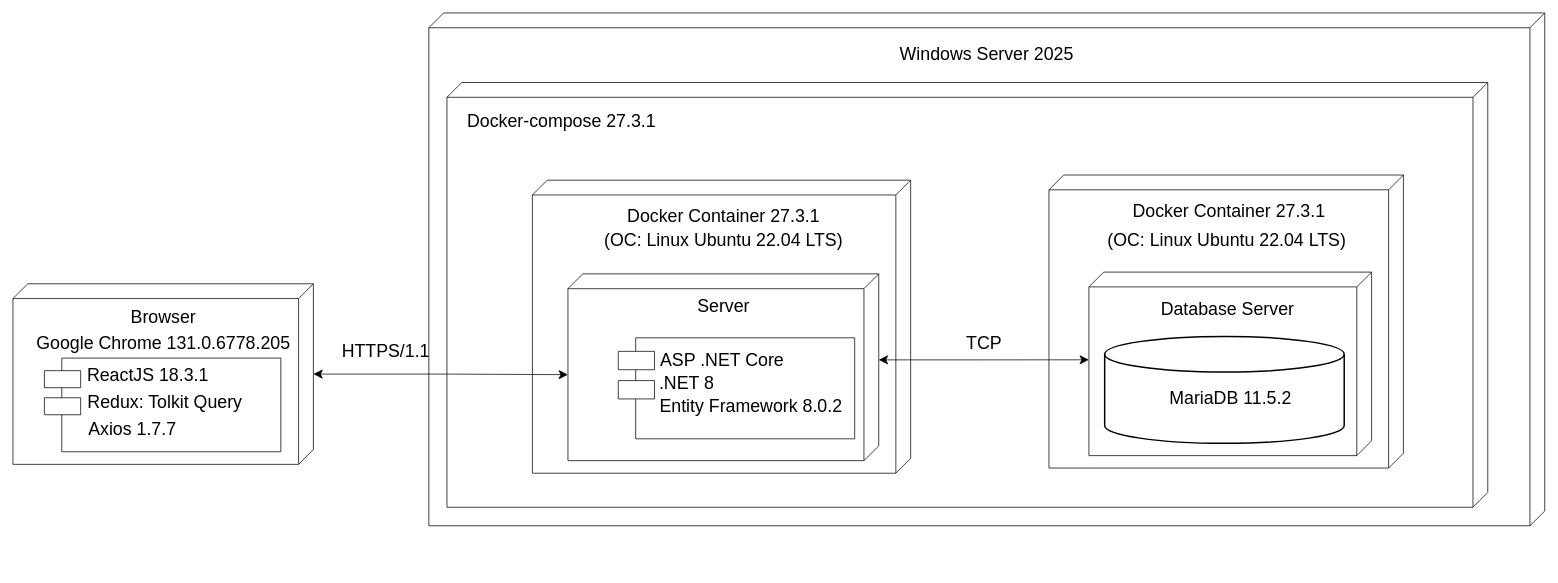
This is Документы/развёртывание.drawio from IlyhaDmi28/WorldTours, a draw.io file, before an edit. Source tidied: cells renumbered, new cells numbered last; positions are measured from the earlier drawing's top-left corner, leaving out a move shared by most shapes. Both pictures are drawn from the tidied source at 74%, with x=0, y=0 at pixel (13, 13).
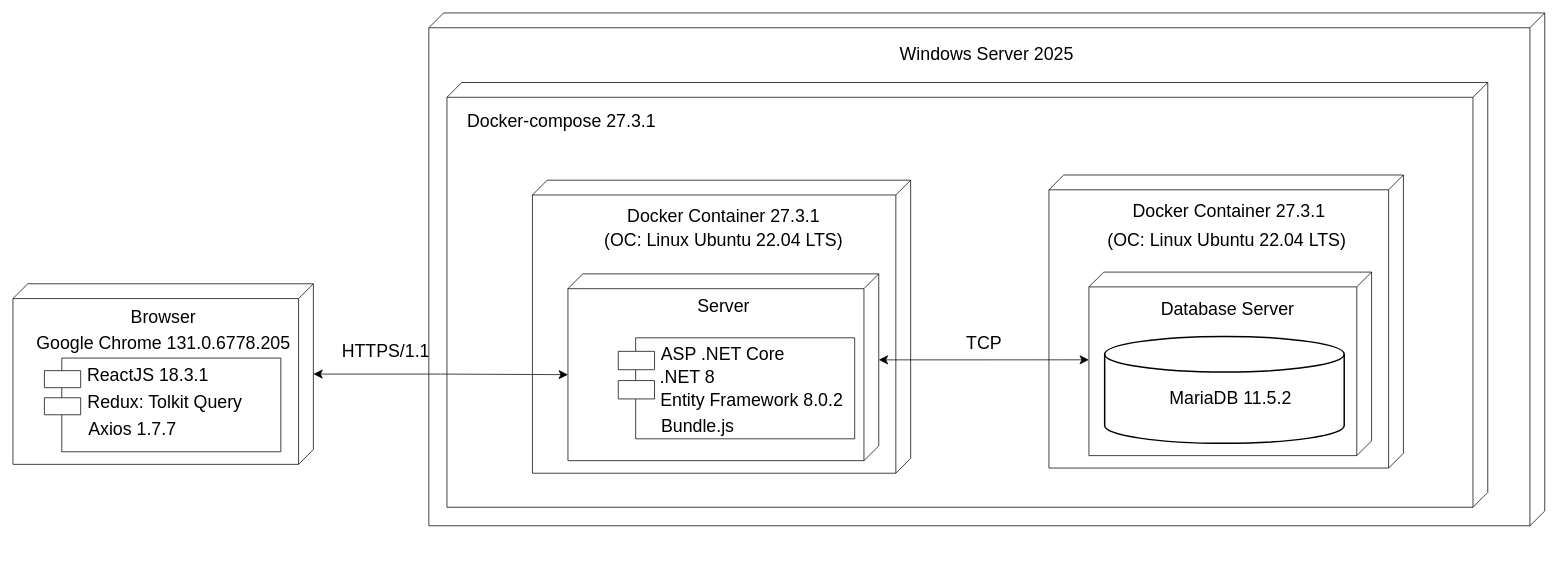
The same diagram, later.

Diff of the diagram source:
```diff
@@
     <mxCell id="22" value="&lt;blockquote style=&quot;margin: 0 0 0 40px; border: none; padding: 0px;&quot;&gt;&lt;span style=&quot;font-weight: 400;&quot;&gt;ASP .NET Core&lt;/span&gt;&lt;/blockquote&gt;" style="text;strokeColor=none;fillColor=none;html=1;fontSize=24;fontStyle=1;verticalAlign=middle;align=center;" parent="1" vertex="1">
-      <mxGeometry x="888" y="448.2" width="100" height="43.1" as="geometry" />
+      <mxGeometry x="889" y="440.8" width="100" height="43.1" as="geometry" />
     </mxCell>
     <mxCell id="23" value="&lt;span style=&quot;font-weight: 400;&quot;&gt;.NET 8&lt;/span&gt;" style="text;strokeColor=none;fillColor=none;html=1;fontSize=24;fontStyle=1;verticalAlign=middle;align=center;" parent="1" vertex="1">
-      <mxGeometry x="860" y="478.5" width="100" height="43.1" as="geometry" />
+      <mxGeometry x="861" y="471.1" width="100" height="43.1" as="geometry" />
     </mxCell>
     <mxCell id="24" value="&lt;span style=&quot;font-weight: 400;&quot;&gt;Entity Framework 8.0.2&lt;/span&gt;" style="text;strokeColor=none;fillColor=none;html=1;fontSize=24;fontStyle=1;verticalAlign=middle;align=center;" parent="1" vertex="1">
-      <mxGeometry x="947" y="510" width="100" height="43.1" as="geometry" />
+      <mxGeometry x="948" y="502.6" width="100" height="43.1" as="geometry" />
     </mxCell>
@@
+    <mxCell id="40" value="&lt;span style=&quot;font-weight: 400;&quot;&gt;Bundle.js&lt;/span&gt;" style="text;strokeColor=none;fillColor=none;html=1;fontSize=24;fontStyle=1;verticalAlign=middle;align=center;" parent="1" vertex="1">
+      <mxGeometry x="875" y="537" width="100" height="43.1" as="geometry" />
+    </mxCell>
```
